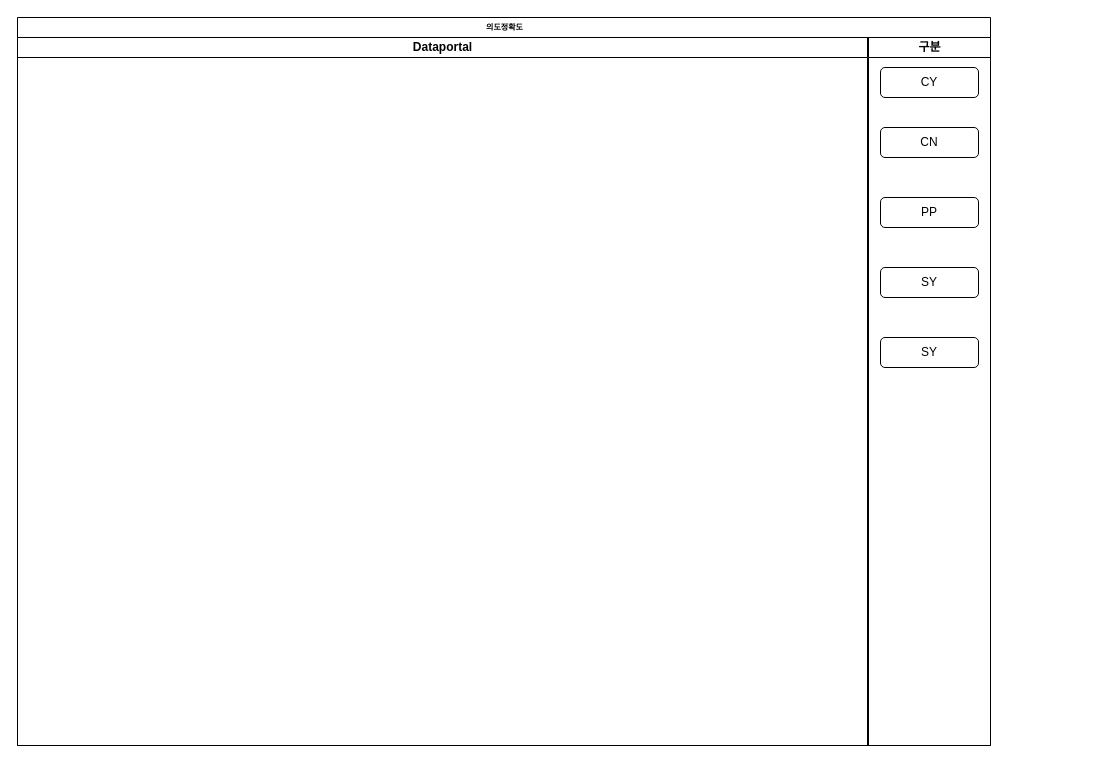
Above: page "의도정확도" (3 of 3) of 배치.drawio in dongyoupkim/kdycorp (draw.io), before the change. Source tidied: cells renumbered, new cells numbered last; positions are measured from the earlier drawing's top-left corner, leaving out a move shared by most shapes. Both pictures are drawn from the tidied source at 100%, with x=0, y=0 at pixel (17, 17).
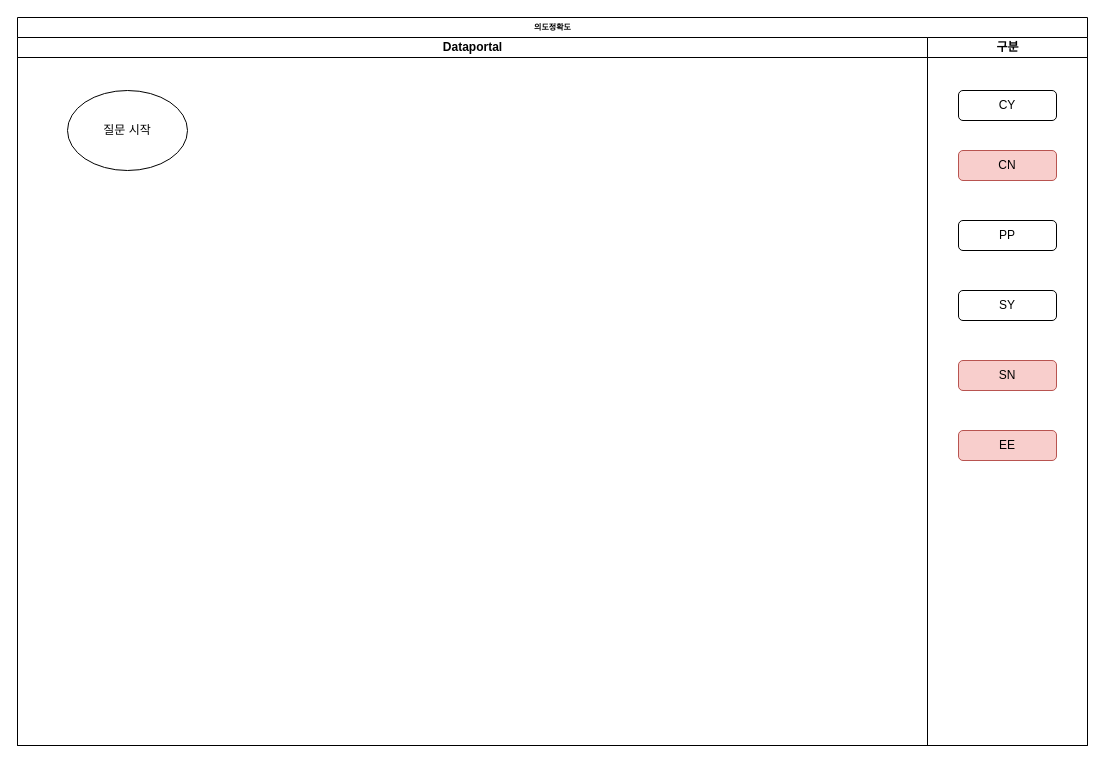
The same diagram, later.

Commit message (it also covers changes not shown here):
배치.drawio 업데이트

Diff of the diagram source:
```diff
@@
 <mxGraphModel>
   <root>
     <mxCell id="0" />
     <mxCell id="1" parent="0" />
+    <mxCell id="8" value="의도정확도" style="swimlane;html=1;startSize=20;rounded=0;shadow=0;labelBackgroundColor=none;strokeColor=#000000;strokeWidth=1;fillColor=#ffffff;fontFamily=Verdana;fontSize=8;fontColor=#000000;align=center;" parent="1" vertex="1">
+      <mxGeometry width="1070" height="728" as="geometry" />
+    </mxCell>
+    <mxCell id="9" value="Dataportal" style="swimlane;html=1;startSize=20;" parent="8" vertex="1">
+      <mxGeometry y="20" width="910" height="708" as="geometry" />
+    </mxCell>
+    <mxCell id="10" value="질문 시작" style="ellipse;whiteSpace=wrap;html=1;" parent="9" vertex="1">
+      <mxGeometry x="50" y="53" width="120" height="80" as="geometry" />
+    </mxCell>
-    <mxCell id="2" value="구분" style="swimlane;html=1;startSize=20;" parent="1" vertex="1">
-      <mxGeometry x="851" y="20" width="122" height="708" as="geometry" />
+    <mxCell id="2" value="구분" style="swimlane;html=1;startSize=20;" parent="8" vertex="1">
+      <mxGeometry x="910" y="20" width="160" height="708" as="geometry" />
     </mxCell>
     <mxCell id="3" value="CY" style="rounded=1;whiteSpace=wrap;html=1;" parent="2" vertex="1">
-      <mxGeometry x="12" y="30" width="98" height="30" as="geometry" />
+      <mxGeometry x="31" y="53" width="98" height="30" as="geometry" />
     </mxCell>
-    <mxCell id="4" value="CN" style="rounded=1;whiteSpace=wrap;html=1;" parent="2" vertex="1">
-      <mxGeometry x="12" y="90" width="98" height="30" as="geometry" />
+    <mxCell id="4" value="CN" style="rounded=1;whiteSpace=wrap;html=1;fillColor=#f8cecc;strokeColor=#b85450;" parent="2" vertex="1">
+      <mxGeometry x="31" y="113" width="98" height="30" as="geometry" />
     </mxCell>
     <mxCell id="5" value="PP" style="rounded=1;whiteSpace=wrap;html=1;" parent="2" vertex="1">
-      <mxGeometry x="12" y="160" width="98" height="30" as="geometry" />
+      <mxGeometry x="31" y="183" width="98" height="30" as="geometry" />
     </mxCell>
     <mxCell id="6" value="SY" style="rounded=1;whiteSpace=wrap;html=1;" parent="2" vertex="1">
-      <mxGeometry x="12" y="230" width="98" height="30" as="geometry" />
+      <mxGeometry x="31" y="253" width="98" height="30" as="geometry" />
     </mxCell>
-    <mxCell id="7" value="SY" style="rounded=1;whiteSpace=wrap;html=1;" parent="2" vertex="1">
-      <mxGeometry x="12" y="300" width="98" height="30" as="geometry" />
+    <mxCell id="7" value="SN" style="rounded=1;whiteSpace=wrap;html=1;fillColor=#f8cecc;strokeColor=#b85450;" parent="2" vertex="1">
+      <mxGeometry x="31" y="323" width="98" height="30" as="geometry" />
     </mxCell>
-    <mxCell id="8" value="의도정확도" style="swimlane;html=1;startSize=20;rounded=0;shadow=0;labelBackgroundColor=none;strokeColor=#000000;strokeWidth=1;fillColor=#ffffff;fontFamily=Verdana;fontSize=8;fontColor=#000000;align=center;" parent="1" vertex="1">
-      <mxGeometry width="973" height="728" as="geometry" />
-    </mxCell>
-    <mxCell id="9" value="Dataportal" style="swimlane;html=1;startSize=20;" parent="8" vertex="1">
-      <mxGeometry y="20" width="850" height="708" as="geometry" />
-    </mxCell>
+    <mxCell id="11" value="EE" style="rounded=1;whiteSpace=wrap;html=1;fillColor=#f8cecc;strokeColor=#b85450;" parent="2" vertex="1">
+      <mxGeometry x="31" y="393" width="98" height="30" as="geometry" />
+    </mxCell>
   </root>
 </mxGraphModel>
```
